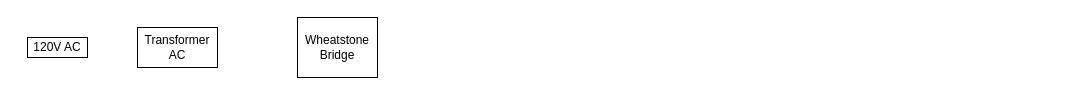
HenryPabon09/Project_1_Power_supply keeps this draw.io diagram as Documentación/HBLD_Power_supply.drawio. Above is the earlier version. Source tidied: cells renumbered, new cells numbered last; positions are measured from the earlier drawing's top-left corner, leaving out a move shared by most shapes. Both pictures are drawn from the tidied source at 100%, with x=0, y=0 at pixel (27, 17).
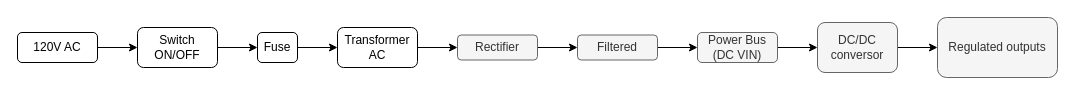
The same diagram, later.

Change to the diagram source:
```diff
@@
 <mxGraphModel>
   <root>
     <mxCell id="0" />
     <mxCell id="1" parent="0" />
+    <mxCell id="5" style="edgeStyle=orthogonalEdgeStyle;rounded=1;jettySize=auto;html=1;exitX=1;exitY=0.5;exitDx=0;exitDy=0;entryX=0;entryY=0.5;entryDx=0;entryDy=0;" parent="1" edge="1" source="2" target="10">
+      <mxGeometry relative="1" as="geometry" />
+    </mxCell>
-    <mxCell id="2" value="120V AC" style="rounded=0;whiteSpace=wrap;html=1;" parent="1" vertex="1">
-      <mxGeometry y="20" width="60" height="20" as="geometry" />
+    <mxCell id="2" value="120V AC" style="rounded=1;whiteSpace=wrap;html=1;" parent="1" vertex="1">
+      <mxGeometry x="-10" y="15" width="80" height="30" as="geometry" />
     </mxCell>
+    <mxCell id="6" style="edgeStyle=orthogonalEdgeStyle;rounded=1;jettySize=auto;html=1;" parent="1" edge="1" source="3" target="12">
+      <mxGeometry relative="1" as="geometry" />
+    </mxCell>
-    <mxCell id="3" value="Transformer AC" style="rounded=0;whiteSpace=wrap;html=1;" parent="1" vertex="1">
-      <mxGeometry x="110" y="10" width="80" height="40" as="geometry" />
+    <mxCell id="3" value="Transformer AC" style="rounded=1;whiteSpace=wrap;html=1;" parent="1" vertex="1">
+      <mxGeometry x="310" y="10" width="80" height="40" as="geometry" />
     </mxCell>
-    <mxCell id="4" value="Wheatstone Bridge" style="rounded=0;whiteSpace=wrap;html=1;" parent="1" vertex="1">
-      <mxGeometry x="270" width="80" height="60" as="geometry" />
-    </mxCell>
+    <mxCell id="7" style="edgeStyle=orthogonalEdgeStyle;rounded=1;jettySize=auto;html=1;" parent="1" edge="1" source="8" target="3">
+      <mxGeometry relative="1" as="geometry" />
+    </mxCell>
+    <mxCell id="8" value="Fuse" style="rounded=1;whiteSpace=wrap;html=1;" parent="1" vertex="1">
+      <mxGeometry x="230" y="15" width="40" height="30" as="geometry" />
+    </mxCell>
+    <mxCell id="9" style="edgeStyle=orthogonalEdgeStyle;rounded=1;jettySize=auto;html=1;exitX=1;exitY=0.5;exitDx=0;exitDy=0;entryX=0;entryY=0.5;entryDx=0;entryDy=0;" parent="1" edge="1" source="10" target="8">
+      <mxGeometry relative="1" as="geometry" />
+    </mxCell>
+    <mxCell id="10" value="Switch&lt;div&gt;ON/OFF&lt;/div&gt;" style="rounded=1;whiteSpace=wrap;html=1;" parent="1" vertex="1">
+      <mxGeometry x="110" y="10" width="80" height="40" as="geometry" />
+    </mxCell>
+    <mxCell id="11" style="edgeStyle=orthogonalEdgeStyle;rounded=1;jettySize=auto;html=1;" parent="1" edge="1" source="12" target="14">
+      <mxGeometry relative="1" as="geometry" />
+    </mxCell>
+    <mxCell id="12" value="Rectifier" style="rounded=1;whiteSpace=wrap;html=1;fillColor=#f5f5f5;strokeColor=#666666;fontColor=#333333;" parent="1" vertex="1">
+      <mxGeometry x="430" y="17.5" width="80" height="25" as="geometry" />
+    </mxCell>
+    <mxCell id="13" style="edgeStyle=orthogonalEdgeStyle;rounded=1;jettySize=auto;html=1;" parent="1" edge="1" source="14" target="16">
+      <mxGeometry relative="1" as="geometry" />
+    </mxCell>
+    <mxCell id="14" value="Filtered" style="rounded=1;whiteSpace=wrap;html=1;fillColor=#f5f5f5;strokeColor=#666666;fontColor=#333333;" parent="1" vertex="1">
+      <mxGeometry x="550" y="17.5" width="80" height="25" as="geometry" />
+    </mxCell>
+    <mxCell id="15" style="edgeStyle=orthogonalEdgeStyle;rounded=1;jettySize=auto;html=1;" parent="1" edge="1" source="16" target="18">
+      <mxGeometry relative="1" as="geometry" />
+    </mxCell>
+    <mxCell id="16" value="Power Bus (DC VIN)" style="rounded=1;whiteSpace=wrap;html=1;fillColor=#f5f5f5;fontColor=#333333;strokeColor=#666666;" parent="1" vertex="1">
+      <mxGeometry x="670" y="15" width="80" height="30" as="geometry" />
+    </mxCell>
+    <mxCell id="17" style="edgeStyle=orthogonalEdgeStyle;rounded=1;jettySize=auto;html=1;" parent="1" edge="1" source="18" target="19">
+      <mxGeometry relative="1" as="geometry" />
+    </mxCell>
+    <mxCell id="18" value="DC/DC conversor" style="rounded=1;whiteSpace=wrap;html=1;fillColor=#f5f5f5;fontColor=#333333;strokeColor=#666666;" parent="1" vertex="1">
+      <mxGeometry x="790" y="5" width="80" height="50" as="geometry" />
+    </mxCell>
+    <mxCell id="19" value="Regulated outputs" style="rounded=1;whiteSpace=wrap;html=1;fillColor=#f5f5f5;fontColor=#333333;strokeColor=#666666;" parent="1" vertex="1">
+      <mxGeometry x="910" width="120" height="60" as="geometry" />
+    </mxCell>
   </root>
 </mxGraphModel>
```
